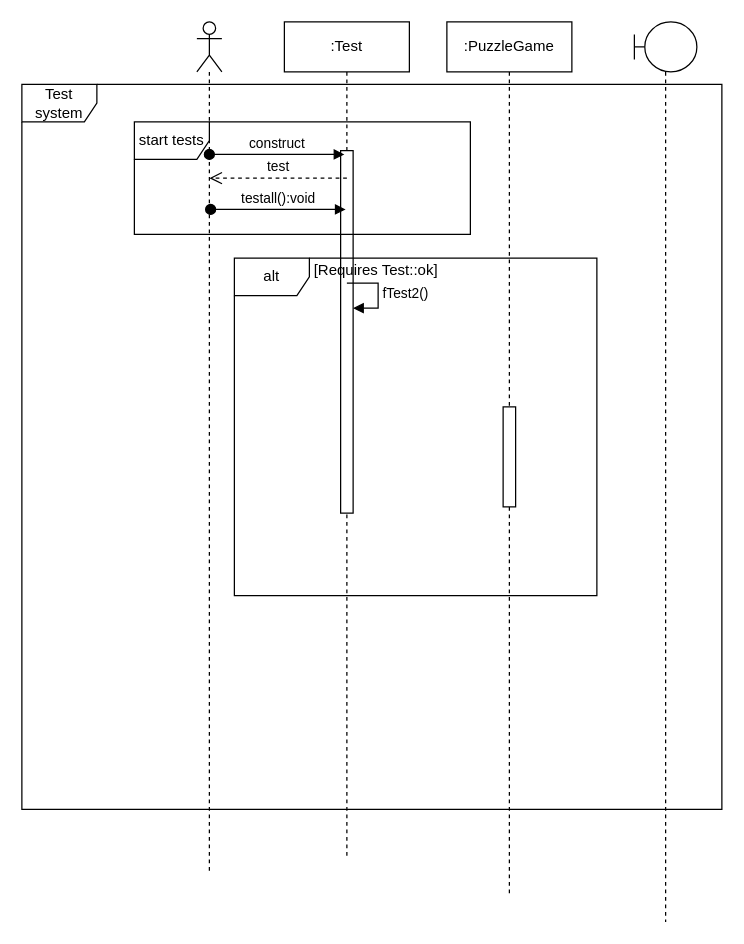
Above: schema/test_system.drawio in deeperj/rust (draw.io), before the change. Source tidied: cells renumbered, new cells numbered last; positions are measured from the earlier drawing's top-left corner, leaving out a move shared by most shapes. Both pictures are drawn from the tidied source at 125%, with x=0, y=0 at pixel (21, 21).
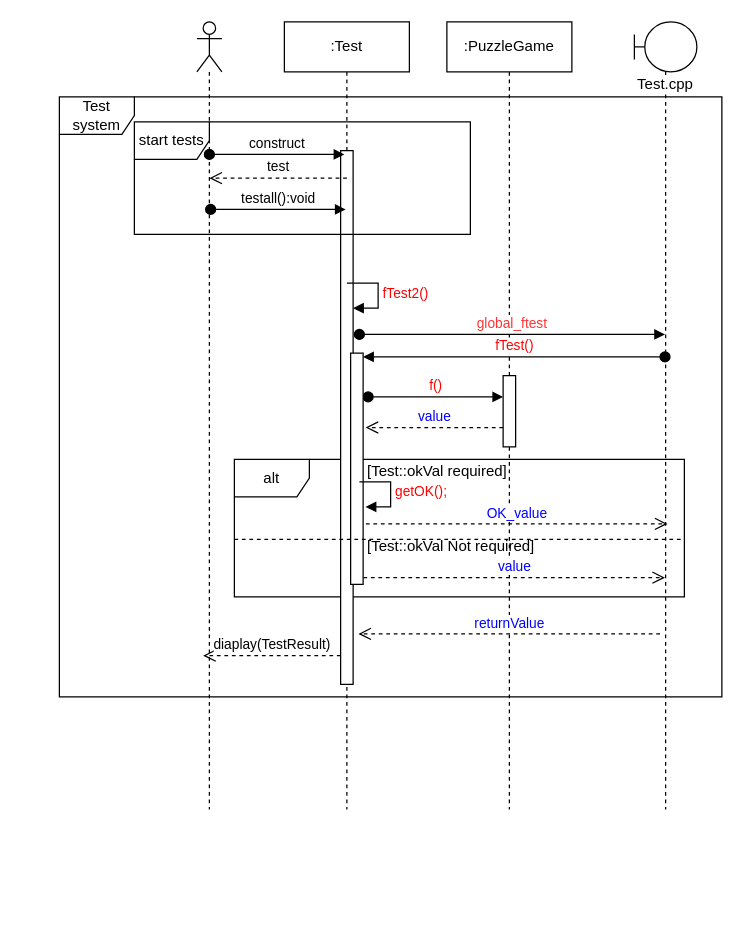
Above is the later version.

Change to the diagram source:
```diff
@@
     <mxCell id="2" value="Test system" style="shape=umlFrame;whiteSpace=wrap;html=1;" parent="1" vertex="1">
-      <mxGeometry y="50" width="560" height="580" as="geometry" />
+      <mxGeometry x="30" y="60" width="530" height="480" as="geometry" />
     </mxCell>
+    <mxCell id="14" value="alt" style="shape=umlFrame;whiteSpace=wrap;html=1;" parent="1" vertex="1">
+      <mxGeometry x="170" y="350" width="360" height="110" as="geometry" />
+    </mxCell>
     <mxCell id="3" style="shape=umlLifeline;participant=umlActor;perimeter=lifelinePerimeter;whiteSpace=wrap;html=1;verticalAlign=top;spacingTop=36;labelBackgroundColor=#ffffff;" parent="1" vertex="1">
-      <mxGeometry x="140" width="20" height="680" as="geometry" />
+      <mxGeometry x="140" width="20" height="630" as="geometry" />
     </mxCell>
     <mxCell id="4" value=":Test" style="shape=umlLifeline;perimeter=lifelinePerimeter;whiteSpace=wrap;html=1;" parent="1" vertex="1">
-      <mxGeometry x="210" width="100" height="670" as="geometry" />
+      <mxGeometry x="210" width="100" height="630" as="geometry" />
     </mxCell>
     <mxCell id="5" value=":PuzzleGame" style="shape=umlLifeline;perimeter=lifelinePerimeter;whiteSpace=wrap;html=1;" parent="1" vertex="1">
-      <mxGeometry x="340" width="100" height="700" as="geometry" />
+      <mxGeometry x="340" width="100" height="630" as="geometry" />
     </mxCell>
     <mxCell id="6" style="html=1;perimeter=orthogonalPerimeter;" parent="5" vertex="1">
-      <mxGeometry x="45" y="308" width="10" height="80" as="geometry" />
+      <mxGeometry x="45" y="283" width="10" height="57" as="geometry" />
     </mxCell>
     <mxCell id="7" style="html=1;perimeter=orthogonalPerimeter;" parent="1" vertex="1">
-      <mxGeometry x="255" y="103" width="10" height="290" as="geometry" />
+      <mxGeometry x="255" y="103" width="10" height="427" as="geometry" />
     </mxCell>
@@
-    <mxCell id="11" style="group;" parent="1" vertex="1">
-      <mxGeometry x="170" y="189" width="290" height="270" as="geometry" />
-    </mxCell>
+    <mxCell id="16" value="Test.cpp" style="shape=umlLifeline;participant=umlBoundary;perimeter=lifelinePerimeter;whiteSpace=wrap;html=1;verticalAlign=top;spacingTop=36;labelBackgroundColor=#ffffff;outlineConnect=0;" parent="1" vertex="1">
+      <mxGeometry x="490" width="50" height="630" as="geometry" />
+    </mxCell>
+    <mxCell id="17" value="fTest2()" style="edgeStyle=orthogonalEdgeStyle;html=1;align=left;spacingLeft=2;endArrow=block;rounded=0;entryX=1;entryY=0;fontColor=#FF0000;" parent="1" edge="1">
+      <mxGeometry relative="1" as="geometry">
+        <mxPoint x="260" y="209" as="sourcePoint" />
+        <mxPoint x="265" y="229" as="targetPoint" />
+        <Array as="points">
+          <mxPoint x="285" y="209" />
+        </Array>
+      </mxGeometry>
+    </mxCell>
+    <mxCell id="18" value="f()" style="html=1;verticalAlign=bottom;startArrow=oval;startFill=1;endArrow=block;startSize=8;entryX=0.3;entryY=0.028;entryDx=0;entryDy=0;entryPerimeter=0;fontColor=#FF0000;" parent="1" edge="1">
+      <mxGeometry relative="1" as="geometry">
+        <mxPoint x="277" y="300" as="sourcePoint" />
+        <mxPoint x="385" y="300.1" as="targetPoint" />
+      </mxGeometry>
+    </mxCell>
+    <mxCell id="19" value="value" style="html=1;verticalAlign=bottom;endArrow=open;dashed=1;endSize=8;entryX=0.3;entryY=0.2;entryDx=0;entryDy=0;entryPerimeter=0;exitX=0.5;exitY=0.131;exitDx=0;exitDy=0;exitPerimeter=0;fontColor=#0000FF;" parent="1" edge="1">
+      <mxGeometry relative="1" as="geometry">
+        <mxPoint x="385" y="324.5" as="sourcePoint" />
+        <mxPoint x="275" y="324.5" as="targetPoint" />
+      </mxGeometry>
+    </mxCell>
-    <mxCell id="12" style="group;" parent="11" vertex="1">
-      <mxGeometry x="-80" y="-109" width="268.8" height="90" as="geometry" />
+    <mxCell id="12" style="group;" parent="1" vertex="1">
+      <mxGeometry x="90" y="80" width="268.8" height="90" as="geometry" />
     </mxCell>
@@
-    <mxCell id="14" value="alt" style="shape=umlFrame;whiteSpace=wrap;html=1;" parent="11" vertex="1">
-      <mxGeometry width="290" height="270" as="geometry" />
-    </mxCell>
+    <mxCell id="20" value="global_ftest" style="html=1;verticalAlign=bottom;startArrow=oval;startFill=1;endArrow=block;startSize=8;fontColor=#FF3333;" parent="1" edge="1" target="16">
+      <mxGeometry relative="1" as="geometry">
+        <mxPoint x="270" y="250" as="sourcePoint" />
+      </mxGeometry>
+    </mxCell>
+    <mxCell id="21" style="html=1;perimeter=orthogonalPerimeter;" parent="1" vertex="1">
+      <mxGeometry x="263" y="265" width="10" height="185" as="geometry" />
+    </mxCell>
+    <mxCell id="22" value="fTest()" style="html=1;verticalAlign=bottom;startArrow=oval;startFill=1;endArrow=block;startSize=8;fontColor=#FF0000;" parent="1" edge="1">
+      <mxGeometry relative="1" as="geometry">
+        <mxPoint x="514.5" y="268" as="sourcePoint" />
+        <mxPoint x="273" y="268" as="targetPoint" />
+      </mxGeometry>
+    </mxCell>
+    <mxCell id="23" style="group;" parent="1" vertex="1">
+      <mxGeometry x="236" y="350" width="161" height="30" as="geometry" />
+    </mxCell>
-    <mxCell id="15" value="[Requires Test::ok]" style="text;html=1;align=center;verticalAlign=middle;" parent="11" vertex="1">
-      <mxGeometry x="58" width="110" height="20" as="geometry" />
+    <mxCell id="15" value="[Test::okVal required]" style="text;html=1;align=center;verticalAlign=middle;" parent="23" vertex="1">
+      <mxGeometry x="31" width="130" height="20" as="geometry" />
     </mxCell>
-    <mxCell id="16" style="shape=umlLifeline;participant=umlBoundary;perimeter=lifelinePerimeter;whiteSpace=wrap;html=1;verticalAlign=top;spacingTop=36;labelBackgroundColor=#ffffff;outlineConnect=0;" parent="1" vertex="1">
-      <mxGeometry x="490" width="50" height="720" as="geometry" />
-    </mxCell>
-    <mxCell id="17" value="fTest2()" style="edgeStyle=orthogonalEdgeStyle;html=1;align=left;spacingLeft=2;endArrow=block;rounded=0;entryX=1;entryY=0;" parent="1" edge="1">
-      <mxGeometry relative="1" as="geometry">
-        <mxPoint x="260" y="209" as="sourcePoint" />
-        <mxPoint x="265" y="229" as="targetPoint" />
-        <Array as="points">
-          <mxPoint x="285" y="209" />
-        </Array>
-      </mxGeometry>
-    </mxCell>
+    <mxCell id="24" value="getOK();" style="edgeStyle=orthogonalEdgeStyle;html=1;align=left;spacingLeft=2;endArrow=block;rounded=0;entryX=1;entryY=0;fontColor=#FF0000;" parent="1" edge="1">
+      <mxGeometry relative="1" as="geometry">
+        <mxPoint x="270" y="368" as="sourcePoint" />
+        <mxPoint x="275" y="388" as="targetPoint" />
+        <Array as="points">
+          <mxPoint x="295" y="368" />
+        </Array>
+      </mxGeometry>
+    </mxCell>
+    <mxCell id="25" value="value" style="html=1;verticalAlign=bottom;endArrow=open;dashed=1;endSize=8;exitX=1.02;exitY=0.906;exitDx=0;exitDy=0;exitPerimeter=0;fontColor=#0000FF;" parent="1" edge="1">
+      <mxGeometry relative="1" as="geometry">
+        <mxPoint x="273.2" y="444.6" as="sourcePoint" />
+        <mxPoint x="514.5" y="444.6" as="targetPoint" />
+      </mxGeometry>
+    </mxCell>
+    <mxCell id="26" style="line;strokeWidth=1;fillColor=none;align=left;verticalAlign=middle;spacingTop=-1;spacingLeft=3;spacingRight=3;labelPosition=right;dashed=1;" parent="1" vertex="1">
+      <mxGeometry x="170" y="410" width="360" height="8" as="geometry" />
+    </mxCell>
+    <mxCell id="27" value="OK_value" style="html=1;verticalAlign=bottom;endArrow=open;dashed=1;endSize=8;exitX=1.02;exitY=0.906;exitDx=0;exitDy=0;exitPerimeter=0;fontColor=#0000FF;" parent="1" edge="1">
+      <mxGeometry relative="1" as="geometry">
+        <mxPoint x="275.2" y="401.6" as="sourcePoint" />
+        <mxPoint x="516.5" y="401.6" as="targetPoint" />
+      </mxGeometry>
+    </mxCell>
+    <mxCell id="28" value="returnValue" style="html=1;verticalAlign=bottom;endArrow=open;dashed=1;endSize=8;exitX=1.02;exitY=0.906;exitDx=0;exitDy=0;exitPerimeter=0;fontColor=#0000FF;" parent="1" edge="1">
+      <mxGeometry relative="1" as="geometry">
+        <mxPoint x="510.5" y="489.6" as="sourcePoint" />
+        <mxPoint x="269.2" y="489.6" as="targetPoint" />
+      </mxGeometry>
+    </mxCell>
+    <mxCell id="29" value="diaplay(TestResult)" style="html=1;verticalAlign=bottom;endArrow=open;dashed=1;endSize=8;entryX=0.3;entryY=0.2;entryDx=0;entryDy=0;entryPerimeter=0;exitX=0.5;exitY=0.131;exitDx=0;exitDy=0;exitPerimeter=0;" parent="1" edge="1">
+      <mxGeometry relative="1" as="geometry">
+        <mxPoint x="255" y="507" as="sourcePoint" />
+        <mxPoint x="145" y="507" as="targetPoint" />
+      </mxGeometry>
+    </mxCell>
+    <mxCell id="30" value="[Test::okVal Not required]" style="text;html=1;align=center;verticalAlign=middle;" parent="1" vertex="1">
+      <mxGeometry x="268" y="410" width="150" height="20" as="geometry" />
+    </mxCell>
```
